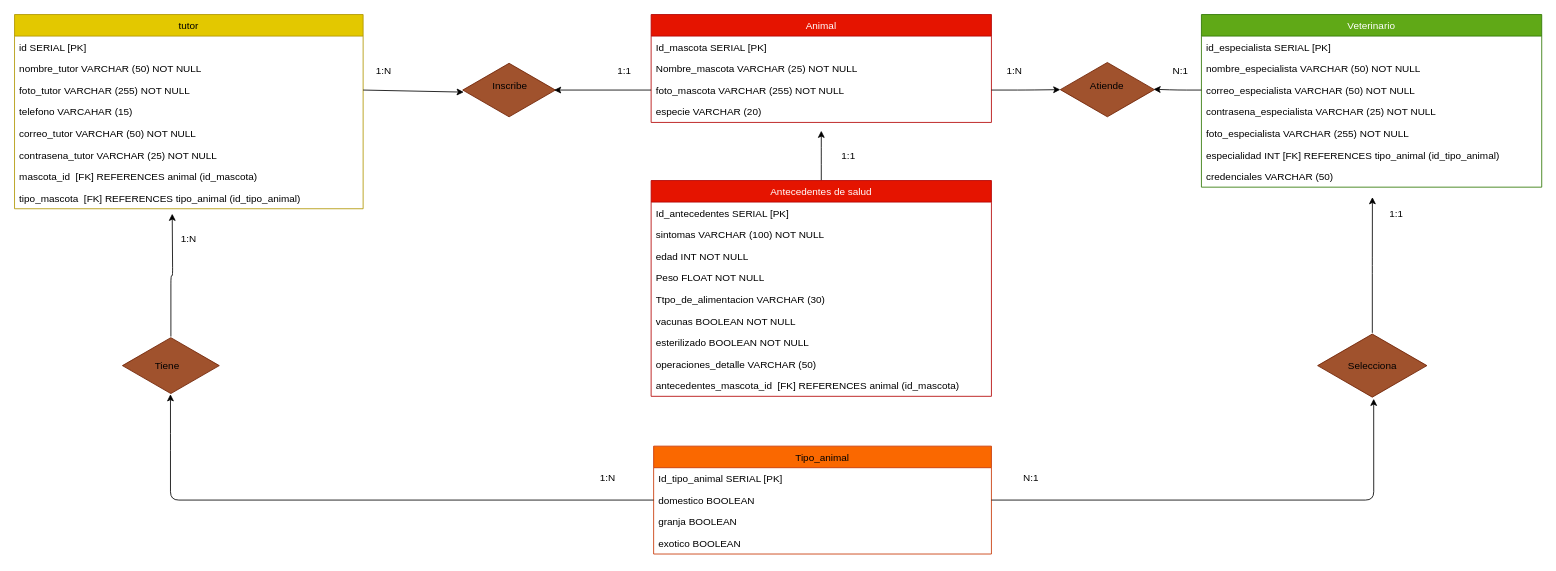
Above: page "Modelo físico" (4 of 4) of index.drawio in ndef10/veterinaria (draw.io), before the change. Source tidied: cells renumbered, new cells numbered last; positions are measured from the earlier drawing's top-left corner, leaving out a move shared by most shapes. Both pictures are drawn from the tidied source at 83%, with x=0, y=0 at pixel (14, 14).
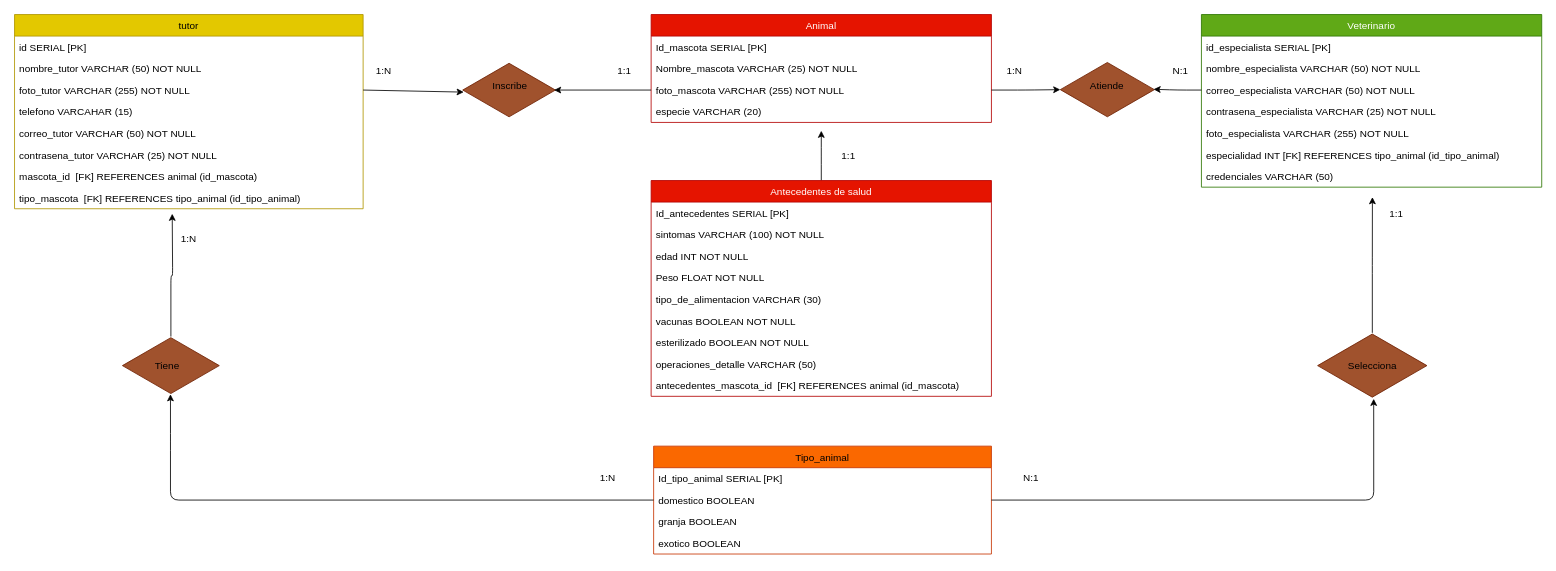
The same page after the edit.

Unchanged cells that the change refers to:
```xml
<mxCell id="49" value="Antecedentes de salud" style="swimlane;fontStyle=0;horizontal=1;startSize=26;fillColor=#e51400;strokeColor=#B20000;fontColor=#ffffff;" parent="1" vertex="1">
  <mxGeometry x="767" y="200" width="410" height="260" as="geometry" />
</mxCell>
```

Diff of the diagram source:
```diff
@@
-    <mxCell id="54" value="Ttpo_de_alimentacion VARCHAR (30)" style="text;strokeColor=none;fillColor=none;align=left;verticalAlign=top;spacingLeft=4;spacingRight=4;overflow=hidden;" parent="49" vertex="1">
+    <mxCell id="54" value="tipo_de_alimentacion VARCHAR (30)" style="text;strokeColor=none;fillColor=none;align=left;verticalAlign=top;spacingLeft=4;spacingRight=4;overflow=hidden;" parent="49" vertex="1">
       <mxGeometry y="130" width="410" height="26" as="geometry" />
     </mxCell>
```
